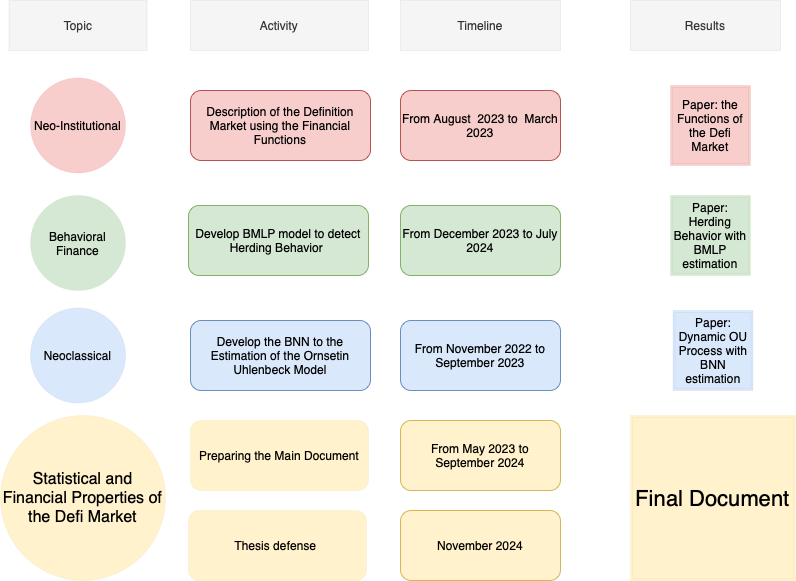
Above: schedule.png in Andres1984/Andres.github.io (draw.io), before the change. Source tidied: cells renumbered, new cells last; positions are measured from the earlier drawing's top-left corner, leaving out a move shared by most shapes. Its diagram source:
```xml
<mxGraphModel>
  <root>
    <mxCell id="0" />
    <mxCell id="1" parent="0" />
    <mxCell id="2" style="group;" parent="1" vertex="1">
      <mxGeometry x="30" width="765" height="580" as="geometry" />
    </mxCell>
    <mxCell id="3" value="Develop the BNN to the Estimation of the Ornsetin Uhlenbeck Model" style="rounded=1;whiteSpace=wrap;html=1;fillColor=#dae8fc;strokeColor=#6c8ebf;" parent="2" vertex="1">
      <mxGeometry x="160" y="320" width="180" height="70" as="geometry" />
    </mxCell>
    <mxCell id="4" value="Activity" style="text;html=1;strokeColor=#666666;fillColor=#f5f5f5;align=center;verticalAlign=middle;whiteSpace=wrap;rounded=0;dashed=1;dashPattern=1 4;strokeWidth=0;fontColor=#333333;" parent="2" vertex="1">
      <mxGeometry x="160" width="178" height="50" as="geometry" />
    </mxCell>
    <mxCell id="5" value="Timeline" style="rounded=0;whiteSpace=wrap;html=1;dashed=1;dashPattern=1 4;strokeColor=#666666;strokeWidth=0;fillColor=#f5f5f5;fontColor=#333333;" parent="2" vertex="1">
      <mxGeometry x="370" width="160" height="50" as="geometry" />
    </mxCell>
    <mxCell id="6" value="From November 2022 to September 2023" style="rounded=1;whiteSpace=wrap;html=1;fillColor=#dae8fc;strokeColor=#6c8ebf;" parent="2" vertex="1">
      <mxGeometry x="370" y="320" width="160" height="70" as="geometry" />
    </mxCell>
    <mxCell id="7" value="Description of the Definition Market using the Financial Functions" style="rounded=1;whiteSpace=wrap;html=1;fillColor=#f8cecc;strokeColor=#b85450;" parent="2" vertex="1">
      <mxGeometry x="160" y="90" width="180" height="70" as="geometry" />
    </mxCell>
    <mxCell id="8" value="Develop BMLP model to detect Herding Behavior&amp;nbsp;" style="rounded=1;whiteSpace=wrap;html=1;fillColor=#d5e8d4;strokeColor=#82b366;" parent="2" vertex="1">
      <mxGeometry x="158" y="205" width="180" height="70" as="geometry" />
    </mxCell>
    <mxCell id="9" value="From August &amp;nbsp;2023 to &amp;nbsp;March 2023" style="rounded=1;whiteSpace=wrap;html=1;fillColor=#f8cecc;strokeColor=#b85450;" parent="2" vertex="1">
      <mxGeometry x="370" y="90" width="160" height="70" as="geometry" />
    </mxCell>
    <mxCell id="10" value="From December 2023 to July 2024" style="rounded=1;whiteSpace=wrap;html=1;fillColor=#d5e8d4;strokeColor=#82b366;" parent="2" vertex="1">
      <mxGeometry x="370" y="205" width="160" height="70" as="geometry" />
    </mxCell>
    <mxCell id="11" value="Neo-Institutional" style="ellipse;whiteSpace=wrap;html=1;dashed=1;dashPattern=1 4;strokeColor=#b85450;strokeWidth=0;fillColor=#f8cecc;" parent="2" vertex="1">
      <mxGeometry y="77.5" width="95" height="95" as="geometry" />
    </mxCell>
    <mxCell id="12" value="Behavioral Finance" style="ellipse;whiteSpace=wrap;html=1;dashed=1;dashPattern=1 4;strokeColor=#82b366;strokeWidth=0;fillColor=#d5e8d4;" parent="2" vertex="1">
      <mxGeometry y="195" width="95" height="95" as="geometry" />
    </mxCell>
    <mxCell id="13" value="Neoclassical" style="ellipse;whiteSpace=wrap;html=1;dashed=1;dashPattern=1 4;strokeColor=#6c8ebf;strokeWidth=0;fillColor=#dae8fc;" parent="2" vertex="1">
      <mxGeometry y="307.5" width="95" height="95" as="geometry" />
    </mxCell>
    <mxCell id="14" value="Paper: the Functions of the Defi Market" style="shape=ext;double=1;whiteSpace=wrap;html=1;dashed=1;dashPattern=1 4;strokeColor=#b85450;strokeWidth=0;fillColor=#f8cecc;" parent="2" vertex="1">
      <mxGeometry x="640" y="85" width="80" height="80" as="geometry" />
    </mxCell>
    <mxCell id="15" value="Paper: Herding Behavior with BMLP estimation" style="shape=ext;double=1;whiteSpace=wrap;html=1;dashed=1;dashPattern=1 4;strokeColor=#82b366;strokeWidth=0;fillColor=#d5e8d4;" parent="2" vertex="1">
      <mxGeometry x="640" y="195" width="80" height="80" as="geometry" />
    </mxCell>
    <mxCell id="16" value="Results" style="text;html=1;strokeColor=#666666;fillColor=#f5f5f5;align=center;verticalAlign=middle;whiteSpace=wrap;rounded=0;dashed=1;dashPattern=1 4;strokeWidth=0;fontColor=#333333;" parent="2" vertex="1">
      <mxGeometry x="600" width="150" height="50" as="geometry" />
    </mxCell>
    <mxCell id="17" value="Paper: Dynamic OU Process with BNN estimation" style="shape=ext;double=1;whiteSpace=wrap;html=1;dashed=1;dashPattern=1 4;strokeColor=#6c8ebf;strokeWidth=0;fillColor=#dae8fc;" parent="2" vertex="1">
      <mxGeometry x="642.5" y="310" width="80" height="80" as="geometry" />
    </mxCell>
    <mxCell id="18" value="Topic" style="text;html=1;strokeColor=#666666;fillColor=#f5f5f5;align=center;verticalAlign=middle;whiteSpace=wrap;rounded=0;dashed=1;dashPattern=1 4;strokeWidth=0;fontColor=#333333;" parent="2" vertex="1">
      <mxGeometry x="-21.5" width="138" height="50" as="geometry" />
    </mxCell>
    <mxCell id="19" value="Preparing the Main Document" style="rounded=1;whiteSpace=wrap;html=1;dashed=1;dashPattern=1 4;strokeColor=#d6b656;strokeWidth=0;fillColor=#fff2cc;" parent="2" vertex="1">
      <mxGeometry x="160" y="420" width="178" height="70" as="geometry" />
    </mxCell>
    <mxCell id="20" value="From May 2023 to September 2024" style="rounded=1;whiteSpace=wrap;html=1;fillColor=#fff2cc;strokeColor=#d6b656;" parent="2" vertex="1">
      <mxGeometry x="370" y="420" width="160" height="70" as="geometry" />
    </mxCell>
    <mxCell id="21" value="&lt;font style=&quot;font-size: 22px;&quot;&gt;Final Document&lt;/font&gt;" style="shape=ext;double=1;whiteSpace=wrap;html=1;dashed=1;dashPattern=1 4;strokeColor=#d6b656;strokeWidth=0;fillColor=#fff2cc;" parent="2" vertex="1">
      <mxGeometry x="600" y="415" width="165" height="165" as="geometry" />
    </mxCell>
    <mxCell id="22" value="Thesis defense&amp;nbsp;" style="rounded=1;whiteSpace=wrap;html=1;dashed=1;dashPattern=1 4;strokeColor=#d6b656;strokeWidth=0;fillColor=#fff2cc;" parent="2" vertex="1">
      <mxGeometry x="158" y="510" width="178" height="70" as="geometry" />
    </mxCell>
    <mxCell id="23" value="November 2024" style="rounded=1;whiteSpace=wrap;html=1;fillColor=#fff2cc;strokeColor=#d6b656;" parent="2" vertex="1">
      <mxGeometry x="370" y="510" width="160" height="70" as="geometry" />
    </mxCell>
    <mxCell id="24" value="&lt;font style=&quot;font-size: 16px;&quot;&gt;Statistical and Financial Properties of the Defi Market&lt;/font&gt;" style="ellipse;whiteSpace=wrap;html=1;dashed=1;dashPattern=1 4;strokeColor=#d6b656;strokeWidth=0;fillColor=#fff2cc;" parent="2" vertex="1">
      <mxGeometry x="-30" y="415" width="165" height="165" as="geometry" />
    </mxCell>
  </root>
</mxGraphModel>
```
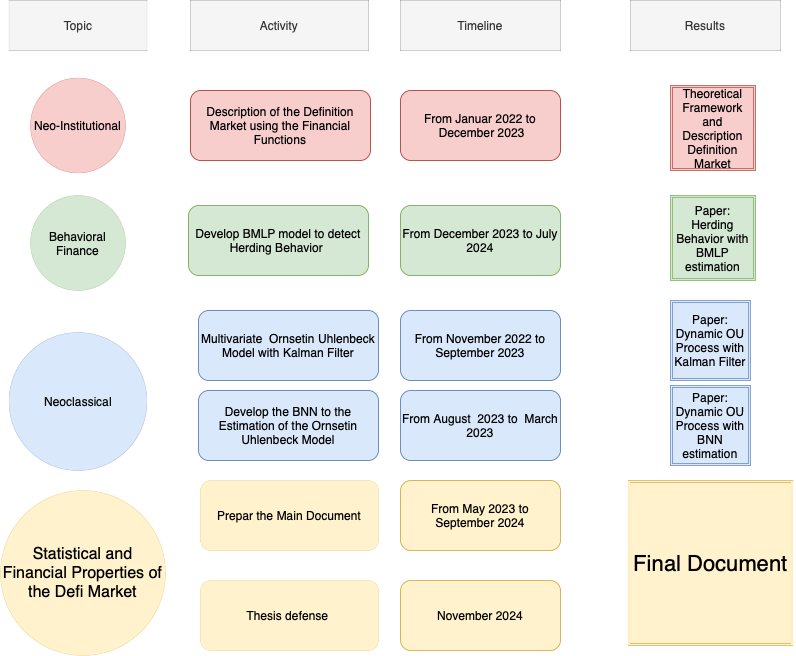
The same diagram one commit later.

What changed in the source:
```diff
@@ -6,7 +6,7 @@
       <mxGeometry x="30" width="765" height="580" as="geometry" />
     </mxCell>
     <mxCell id="3" value="Develop the BNN to the Estimation of the Ornsetin Uhlenbeck Model" style="rounded=1;whiteSpace=wrap;html=1;fillColor=#dae8fc;strokeColor=#6c8ebf;" parent="2" vertex="1">
-      <mxGeometry x="160" y="320" width="180" height="70" as="geometry" />
+      <mxGeometry x="168" y="390" width="180" height="70" as="geometry" />
     </mxCell>
     <mxCell id="4" value="Activity" style="text;html=1;strokeColor=#666666;fillColor=#f5f5f5;align=center;verticalAlign=middle;whiteSpace=wrap;rounded=0;dashed=1;dashPattern=1 4;strokeWidth=0;fontColor=#333333;" parent="2" vertex="1">
       <mxGeometry x="160" width="178" height="50" as="geometry" />
@@ -15,7 +15,7 @@
       <mxGeometry x="370" width="160" height="50" as="geometry" />
     </mxCell>
     <mxCell id="6" value="From November 2022 to September 2023" style="rounded=1;whiteSpace=wrap;html=1;fillColor=#dae8fc;strokeColor=#6c8ebf;" parent="2" vertex="1">
-      <mxGeometry x="370" y="320" width="160" height="70" as="geometry" />
+      <mxGeometry x="370" y="310" width="160" height="70" as="geometry" />
     </mxCell>
     <mxCell id="7" value="Description of the Definition Market using the Financial Functions" style="rounded=1;whiteSpace=wrap;html=1;fillColor=#f8cecc;strokeColor=#b85450;" parent="2" vertex="1">
       <mxGeometry x="160" y="90" width="180" height="70" as="geometry" />
@@ -23,7 +23,7 @@
     <mxCell id="8" value="Develop BMLP model to detect Herding Behavior&amp;nbsp;" style="rounded=1;whiteSpace=wrap;html=1;fillColor=#d5e8d4;strokeColor=#82b366;" parent="2" vertex="1">
       <mxGeometry x="158" y="205" width="180" height="70" as="geometry" />
     </mxCell>
-    <mxCell id="9" value="From August &amp;nbsp;2023 to &amp;nbsp;March 2023" style="rounded=1;whiteSpace=wrap;html=1;fillColor=#f8cecc;strokeColor=#b85450;" parent="2" vertex="1">
+    <mxCell id="9" value="From Januar 2022 to &amp;nbsp;December 2023" style="rounded=1;whiteSpace=wrap;html=1;fillColor=#f8cecc;strokeColor=#b85450;" parent="2" vertex="1">
       <mxGeometry x="370" y="90" width="160" height="70" as="geometry" />
     </mxCell>
     <mxCell id="10" value="From December 2023 to July 2024" style="rounded=1;whiteSpace=wrap;html=1;fillColor=#d5e8d4;strokeColor=#82b366;" parent="2" vertex="1">
@@ -36,40 +36,49 @@
       <mxGeometry y="195" width="95" height="95" as="geometry" />
     </mxCell>
     <mxCell id="13" value="Neoclassical" style="ellipse;whiteSpace=wrap;html=1;dashed=1;dashPattern=1 4;strokeColor=#6c8ebf;strokeWidth=0;fillColor=#dae8fc;" parent="2" vertex="1">
-      <mxGeometry y="307.5" width="95" height="95" as="geometry" />
+      <mxGeometry x="-21.5" y="332" width="138" height="138" as="geometry" />
     </mxCell>
-    <mxCell id="14" value="Paper: the Functions of the Defi Market" style="shape=ext;double=1;whiteSpace=wrap;html=1;dashed=1;dashPattern=1 4;strokeColor=#b85450;strokeWidth=0;fillColor=#f8cecc;" parent="2" vertex="1">
-      <mxGeometry x="640" y="85" width="80" height="80" as="geometry" />
+    <mxCell id="14" value="Theoretical Framework and Description Definition Market" style="shape=ext;double=1;whiteSpace=wrap;html=1;dashed=1;dashPattern=1 4;strokeColor=#b85450;strokeWidth=0;fillColor=#f8cecc;" parent="2" vertex="1">
+      <mxGeometry x="640" y="85" width="85" height="85" as="geometry" />
     </mxCell>
     <mxCell id="15" value="Paper: Herding Behavior with BMLP estimation" style="shape=ext;double=1;whiteSpace=wrap;html=1;dashed=1;dashPattern=1 4;strokeColor=#82b366;strokeWidth=0;fillColor=#d5e8d4;" parent="2" vertex="1">
-      <mxGeometry x="640" y="195" width="80" height="80" as="geometry" />
+      <mxGeometry x="640" y="195" width="85" height="85" as="geometry" />
     </mxCell>
     <mxCell id="16" value="Results" style="text;html=1;strokeColor=#666666;fillColor=#f5f5f5;align=center;verticalAlign=middle;whiteSpace=wrap;rounded=0;dashed=1;dashPattern=1 4;strokeWidth=0;fontColor=#333333;" parent="2" vertex="1">
       <mxGeometry x="600" width="150" height="50" as="geometry" />
     </mxCell>
     <mxCell id="17" value="Paper: Dynamic OU Process with BNN estimation" style="shape=ext;double=1;whiteSpace=wrap;html=1;dashed=1;dashPattern=1 4;strokeColor=#6c8ebf;strokeWidth=0;fillColor=#dae8fc;" parent="2" vertex="1">
-      <mxGeometry x="642.5" y="310" width="80" height="80" as="geometry" />
+      <mxGeometry x="640" y="385" width="80" height="80" as="geometry" />
     </mxCell>
     <mxCell id="18" value="Topic" style="text;html=1;strokeColor=#666666;fillColor=#f5f5f5;align=center;verticalAlign=middle;whiteSpace=wrap;rounded=0;dashed=1;dashPattern=1 4;strokeWidth=0;fontColor=#333333;" parent="2" vertex="1">
       <mxGeometry x="-21.5" width="138" height="50" as="geometry" />
     </mxCell>
-    <mxCell id="19" value="Preparing the Main Document" style="rounded=1;whiteSpace=wrap;html=1;dashed=1;dashPattern=1 4;strokeColor=#d6b656;strokeWidth=0;fillColor=#fff2cc;" parent="2" vertex="1">
-      <mxGeometry x="160" y="420" width="178" height="70" as="geometry" />
+    <mxCell id="19" value="Prepar the Main Document" style="rounded=1;whiteSpace=wrap;html=1;dashed=1;dashPattern=1 4;strokeColor=#d6b656;strokeWidth=0;fillColor=#fff2cc;" parent="2" vertex="1">
+      <mxGeometry x="170" y="480" width="178" height="70" as="geometry" />
     </mxCell>
     <mxCell id="20" value="From May 2023 to September 2024" style="rounded=1;whiteSpace=wrap;html=1;fillColor=#fff2cc;strokeColor=#d6b656;" parent="2" vertex="1">
-      <mxGeometry x="370" y="420" width="160" height="70" as="geometry" />
+      <mxGeometry x="370" y="480" width="160" height="70" as="geometry" />
     </mxCell>
     <mxCell id="21" value="&lt;font style=&quot;font-size: 22px;&quot;&gt;Final Document&lt;/font&gt;" style="shape=ext;double=1;whiteSpace=wrap;html=1;dashed=1;dashPattern=1 4;strokeColor=#d6b656;strokeWidth=0;fillColor=#fff2cc;" parent="2" vertex="1">
-      <mxGeometry x="600" y="415" width="165" height="165" as="geometry" />
+      <mxGeometry x="597.5" y="480" width="165" height="165" as="geometry" />
     </mxCell>
+    <mxCell id="25" value="Paper: Dynamic OU Process with Kalman Filter" style="shape=ext;double=1;whiteSpace=wrap;html=1;dashed=1;dashPattern=1 4;strokeColor=#6c8ebf;strokeWidth=0;fillColor=#dae8fc;" parent="2" vertex="1">
+      <mxGeometry x="640" y="300" width="80" height="80" as="geometry" />
+    </mxCell>
+    <mxCell id="26" value="From August &amp;nbsp;2023 to &amp;nbsp;March 2023" style="rounded=1;whiteSpace=wrap;html=1;fillColor=#dae8fc;strokeColor=#6c8ebf;" parent="2" vertex="1">
+      <mxGeometry x="370" y="390" width="160" height="70" as="geometry" />
+    </mxCell>
+    <mxCell id="27" value="Multivariate &amp;nbsp;Ornsetin Uhlenbeck Model with Kalman Filter" style="rounded=1;whiteSpace=wrap;html=1;fillColor=#dae8fc;strokeColor=#6c8ebf;" parent="2" vertex="1">
+      <mxGeometry x="168" y="310" width="180" height="70" as="geometry" />
+    </mxCell>
+    <mxCell id="24" value="&lt;font style=&quot;font-size: 16px;&quot;&gt;Statistical and Financial Properties of the Defi Market&lt;/font&gt;" style="ellipse;whiteSpace=wrap;html=1;dashed=1;dashPattern=1 4;strokeColor=#d6b656;strokeWidth=0;fillColor=#fff2cc;" parent="1" vertex="1">
+      <mxGeometry y="490" width="165" height="165" as="geometry" />
+    </mxCell>
-    <mxCell id="22" value="Thesis defense&amp;nbsp;" style="rounded=1;whiteSpace=wrap;html=1;dashed=1;dashPattern=1 4;strokeColor=#d6b656;strokeWidth=0;fillColor=#fff2cc;" parent="2" vertex="1">
-      <mxGeometry x="158" y="510" width="178" height="70" as="geometry" />
+    <mxCell id="22" value="Thesis defense&amp;nbsp;" style="rounded=1;whiteSpace=wrap;html=1;dashed=1;dashPattern=1 4;strokeColor=#d6b656;strokeWidth=0;fillColor=#fff2cc;" parent="1" vertex="1">
+      <mxGeometry x="200" y="580" width="178" height="70" as="geometry" />
     </mxCell>
-    <mxCell id="23" value="November 2024" style="rounded=1;whiteSpace=wrap;html=1;fillColor=#fff2cc;strokeColor=#d6b656;" parent="2" vertex="1">
-      <mxGeometry x="370" y="510" width="160" height="70" as="geometry" />
+    <mxCell id="23" value="November 2024" style="rounded=1;whiteSpace=wrap;html=1;fillColor=#fff2cc;strokeColor=#d6b656;" parent="1" vertex="1">
+      <mxGeometry x="400" y="580" width="160" height="70" as="geometry" />
     </mxCell>
-    <mxCell id="24" value="&lt;font style=&quot;font-size: 16px;&quot;&gt;Statistical and Financial Properties of the Defi Market&lt;/font&gt;" style="ellipse;whiteSpace=wrap;html=1;dashed=1;dashPattern=1 4;strokeColor=#d6b656;strokeWidth=0;fillColor=#fff2cc;" parent="2" vertex="1">
-      <mxGeometry x="-30" y="415" width="165" height="165" as="geometry" />
-    </mxCell>
   </root>
 </mxGraphModel>
```
